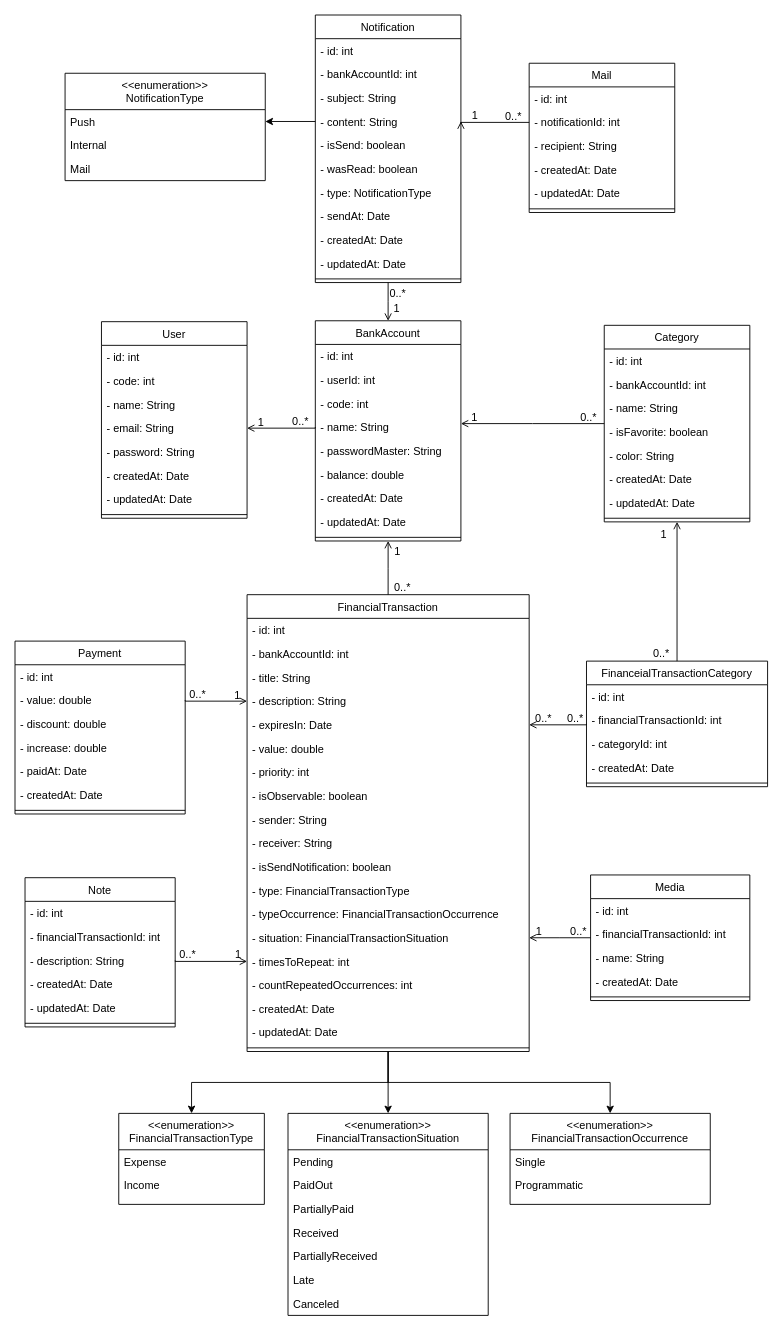
This is docs/class.diagram.drawio from Danrley-Ruan-Saquetti/esliph-finance, a draw.io file, before an edit. Source tidied: cells renumbered, new cells numbered last; positions are measured from the earlier drawing's top-left corner, leaving out a move shared by most shapes. Both pictures are drawn from the tidied source at 91%, with x=0, y=0 at pixel (15, 15).
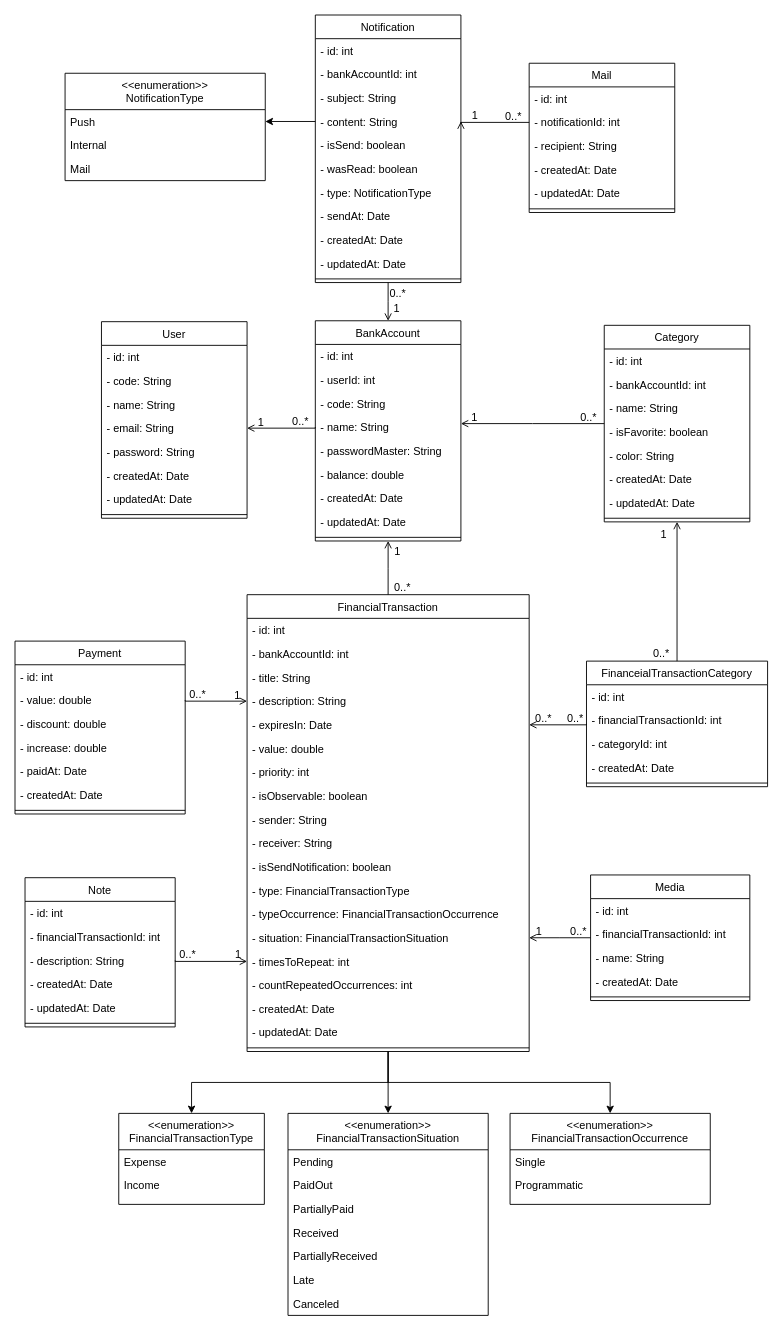
The same diagram, later.

Unchanged cells that the change refers to:
```xml
<mxCell id="2" value="BankAccount" style="swimlane;fontStyle=0;align=center;verticalAlign=top;horizontal=1;startSize=26;rounded=0;shadow=0;strokeWidth=1;" parent="1" vertex="1">
  <mxGeometry x="330" y="336" width="160" height="242" as="geometry" />
</mxCell>
<mxCell id="130" value="User" style="swimlane;fontStyle=0;align=center;verticalAlign=top;horizontal=1;startSize=26;rounded=0;shadow=0;strokeWidth=1;" parent="1" vertex="1">
  <mxGeometry x="95" y="337" width="160" height="216" as="geometry" />
</mxCell>
```

Change to the diagram source:
```diff
@@
-    <mxCell id="5" value="- code: int" style="text;align=left;verticalAlign=top;spacingLeft=4;spacingRight=4;overflow=hidden;" parent="2" vertex="1">
+    <mxCell id="5" value="- code: String" style="text;align=left;verticalAlign=top;spacingLeft=4;spacingRight=4;overflow=hidden;" parent="2" vertex="1">
       <mxGeometry y="78" width="160" height="26" as="geometry" />
     </mxCell>
@@
-    <mxCell id="132" value="- code: int" style="text;align=left;verticalAlign=top;spacingLeft=4;spacingRight=4;overflow=hidden;" parent="130" vertex="1">
+    <mxCell id="132" value="- code: String" style="text;align=left;verticalAlign=top;spacingLeft=4;spacingRight=4;overflow=hidden;" parent="130" vertex="1">
       <mxGeometry y="52" width="160" height="26" as="geometry" />
     </mxCell>
-    <mxCell id="133" value="- name: String    " style="text;align=left;verticalAlign=top;spacingLeft=4;spacingRight=4;overflow=hidden;" parent="130" vertex="1">
+    <mxCell id="133" value="- name: String" style="text;align=left;verticalAlign=top;spacingLeft=4;spacingRight=4;overflow=hidden;" parent="130" vertex="1">
       <mxGeometry y="78" width="160" height="26" as="geometry" />
     </mxCell>
```
